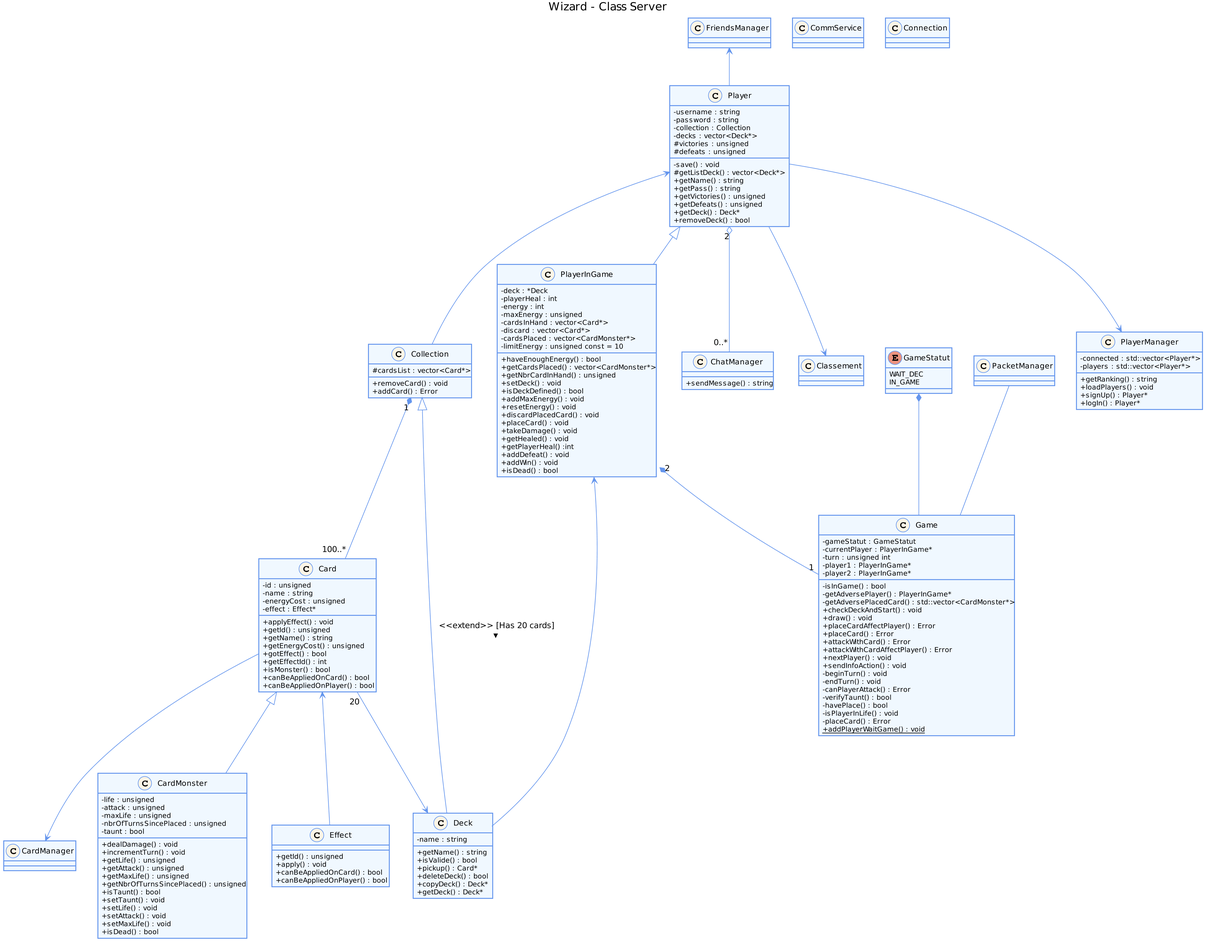
elishadrion/tetris keeps this PlantUML diagram as srd/assets/uml/ClassDiagram3.png. Above is the earlier version.
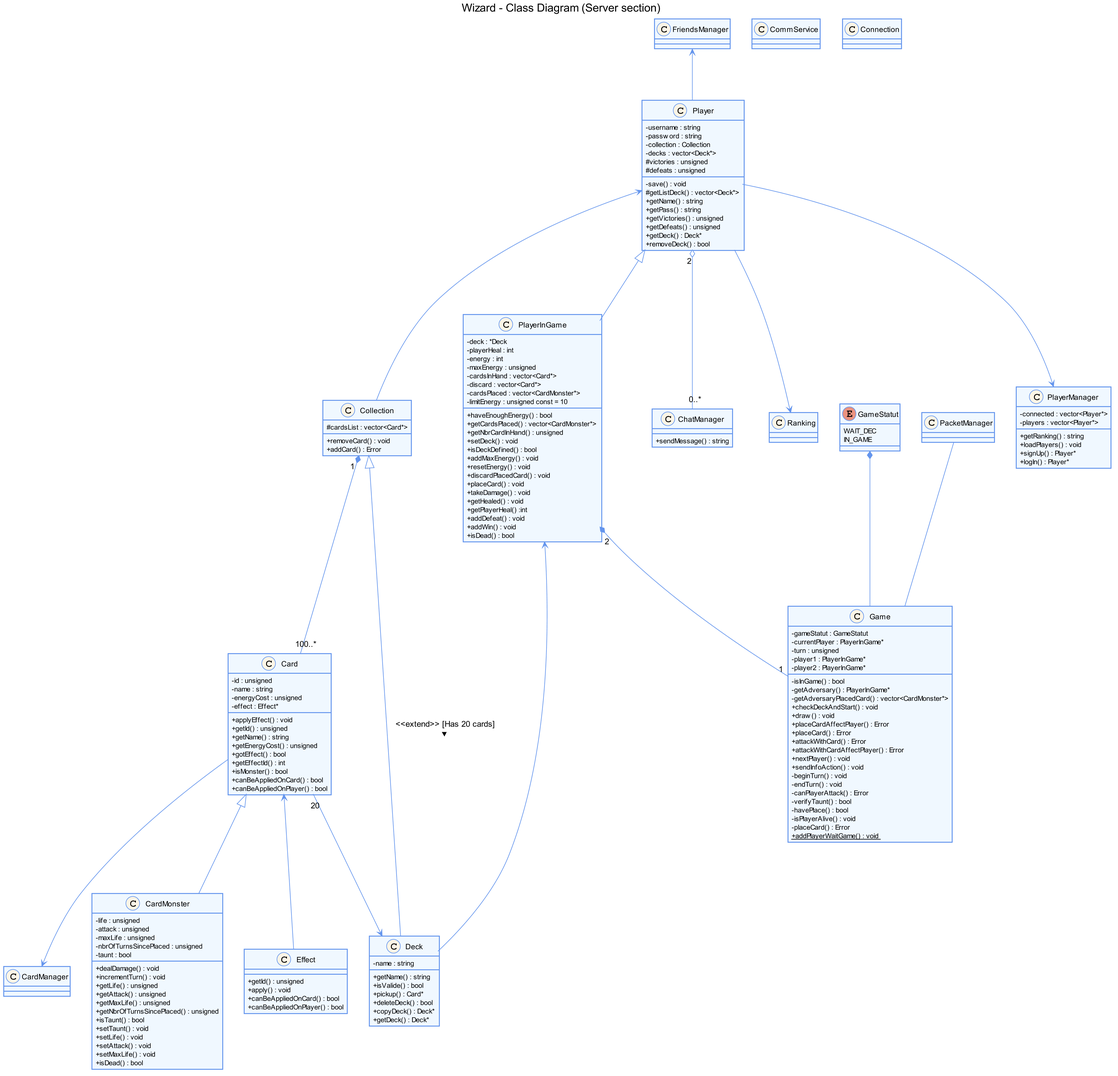
After the commit.

The edit, as a diff of the source:
```diff
@@ -1,5 +1,5 @@
 @startuml
-title Wizard - Class Server
+title Wizard - Class Diagram (Server section)
 
 skinparam classAttributeIconSize 0
 
@@ -59,7 +59,7 @@
   + sendMessage() : string
 }
 
-class Classement {
+class Ranking {
 
 }
 
@@ -102,12 +102,12 @@
 class Game {
   - gameStatut : GameStatut
   - currentPlayer : PlayerInGame*
-  - turn : unsigned int
+  - turn : unsigned
   - player1 : PlayerInGame*
   - player2 : PlayerInGame*
   - isInGame() : bool
-  - getAdversePlayer() : PlayerInGame*
-  - getAdversePlacedCard() : std::vector<CardMonster*>
+  - getAdversary() : PlayerInGame*
+  - getAdversaryPlacedCard() : vector<CardMonster*>
   + checkDeckAndStart() : void
   + draw() : void
   + placeCardAffectPlayer() : Error
@@ -121,7 +121,7 @@
   - canPlayerAttack() : Error
   - verifyTaunt() : bool
   - havePlace() : bool
-  - isPlayerInLife() : void
+  - isPlayerAlive() : void
   - placeCard() : Error
   + {static} addPlayerWaitGame() : void
 }
@@ -180,8 +180,8 @@
 }
 
 class PlayerManager {
-  - connected : std::vector<Player*>
-  - players : std::vector<Player*>
+  - connected : vector<Player*>
+  - players : vector<Player*>
   + getRanking() : string
   + loadPlayers() : void
   + signUp() : Player*
@@ -198,11 +198,13 @@
 Card "20" --> Deck
 FriendsManager <-- Player
 Player --> PlayerManager
-Player --> Classement
+Player --> Ranking
 Player "2" o-- "0..*" ChatManager
 Card --> CardManager
 Collection "1" *-- "100..*" Card
 Collection <|-- Deck: <<extend>> [Has 20 cards] >
 PacketManager -- Game
 GameStatut *-- Game
+
+
 @enduml
```
